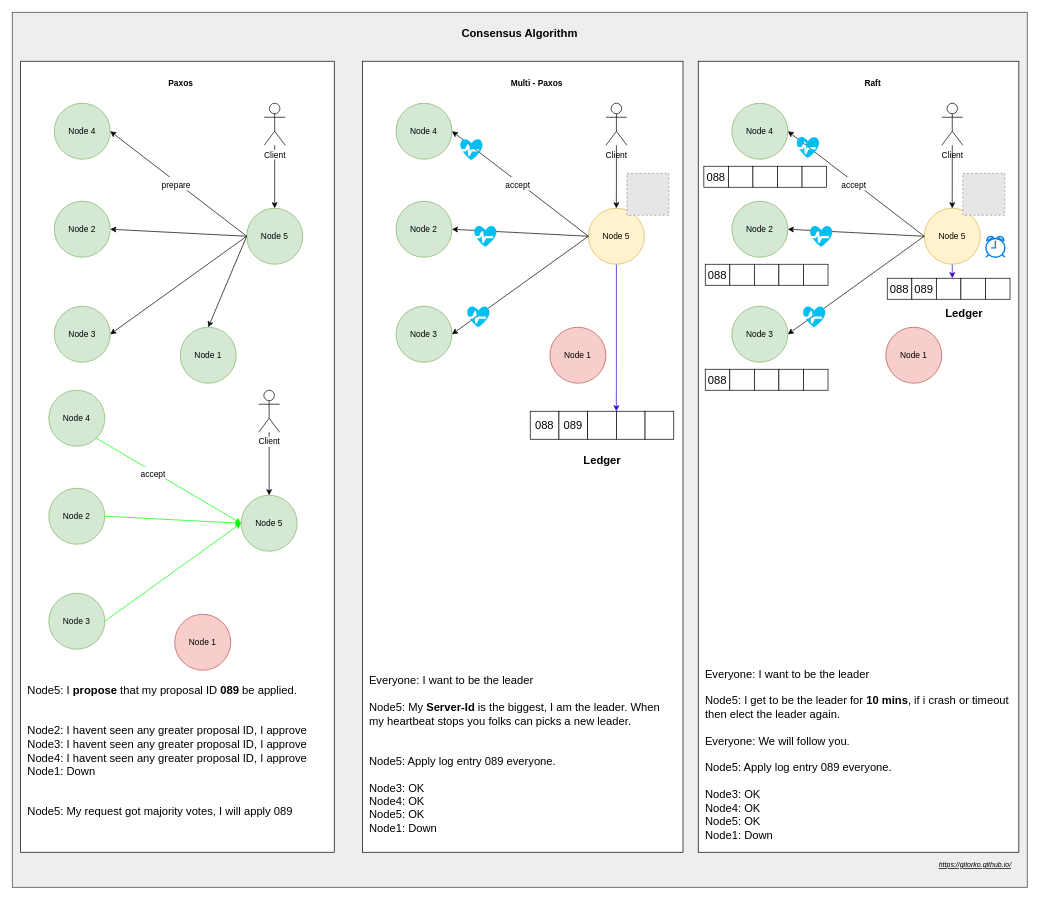
gitorko/gitorko.github.io keeps this draw.io diagram as post/grokking-the-system-design-interview/consensus-algorithm.drawio. Above is the earlier version. Source tidied: cells renumbered, new cells numbered last; positions are measured from the earlier drawing's top-left corner, leaving out a move shared by most shapes. Both pictures are drawn from the tidied source at 70%, with x=0, y=0 at pixel (12, 12). Pictures stored in the file or linked from it are replaced by grey dashed boxes.
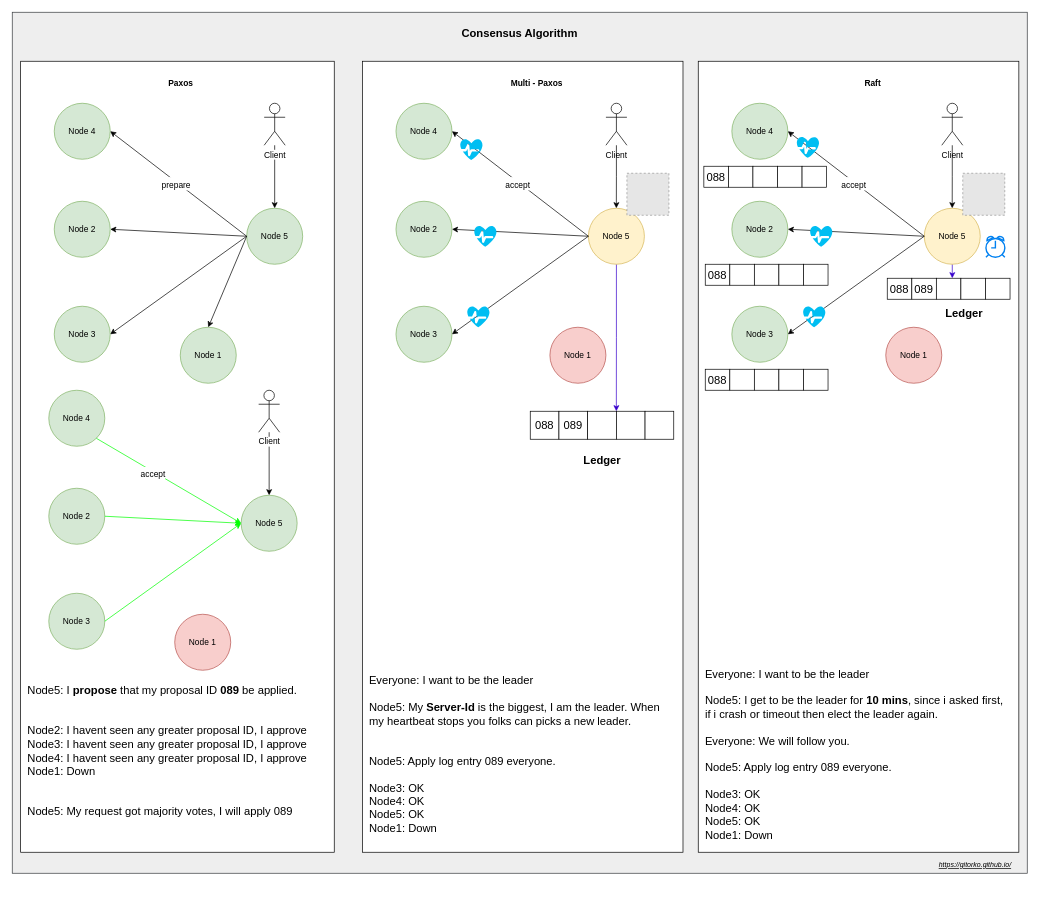
After the change.

Diff of the diagram source:
```diff
@@
     <mxCell id="2" style="rounded=0;whiteSpace=wrap;html=1;fillColor=#eeeeee;fontSize=16;strokeColor=#36393d;" parent="1" vertex="1">
-      <mxGeometry width="1450" height="1250" as="geometry" />
+      <mxGeometry width="1450" height="1230" as="geometry" />
     </mxCell>
@@
-    <mxCell id="65" value="&lt;div&gt;&lt;span&gt;Everyone: I want to be the leader&lt;/span&gt;&lt;/div&gt;&lt;div&gt;&lt;span&gt;&lt;br&gt;&lt;/span&gt;&lt;/div&gt;&lt;div&gt;Node5: I get to be the leader for &lt;b&gt;10 mins&lt;/b&gt;, if i crash or timeout then elect the leader again.&lt;/div&gt;&lt;div&gt;&lt;br&gt;&lt;/div&gt;Everyone: We will follow you.&lt;br&gt;&lt;br&gt;&lt;div&gt;Node5: Apply log entry 089 everyone.&lt;/div&gt;&lt;div&gt;&lt;br&gt;&lt;/div&gt;&lt;div&gt;Node3: OK&lt;/div&gt;&lt;div&gt;Node4: OK&lt;/div&gt;&lt;div&gt;Node5: OK&lt;/div&gt;&lt;div&gt;Node1: Down&lt;/div&gt;" style="text;html=1;strokeColor=none;fillColor=none;align=left;verticalAlign=middle;whiteSpace=wrap;rounded=0;fontSize=16;" parent="1" vertex="1">
+    <mxCell id="65" value="&lt;div&gt;&lt;span&gt;Everyone: I want to be the leader&lt;/span&gt;&lt;/div&gt;&lt;div&gt;&lt;span&gt;&lt;br&gt;&lt;/span&gt;&lt;/div&gt;&lt;div&gt;Node5: I get to be the leader for &lt;b&gt;10 mins&lt;/b&gt;, since i asked first, if i crash or timeout then elect the leader again.&lt;/div&gt;&lt;div&gt;&lt;br&gt;&lt;/div&gt;Everyone: We will follow you.&lt;br&gt;&lt;br&gt;&lt;div&gt;Node5: Apply log entry 089 everyone.&lt;/div&gt;&lt;div&gt;&lt;br&gt;&lt;/div&gt;&lt;div&gt;Node3: OK&lt;/div&gt;&lt;div&gt;Node4: OK&lt;/div&gt;&lt;div&gt;Node5: OK&lt;/div&gt;&lt;div&gt;Node1: Down&lt;/div&gt;" style="text;html=1;strokeColor=none;fillColor=none;align=left;verticalAlign=middle;whiteSpace=wrap;rounded=0;fontSize=16;" parent="1" vertex="1">
       <mxGeometry x="988" y="930" width="440" height="260" as="geometry" />
     </mxCell>
```
